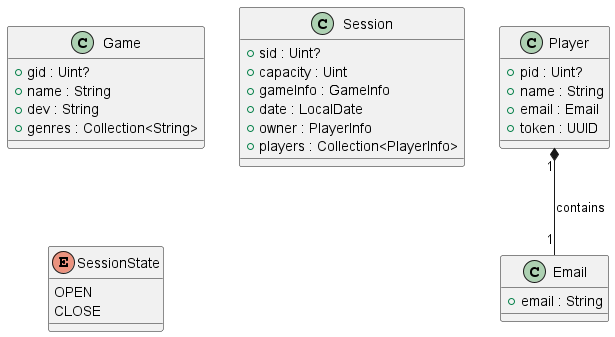
Earlier version of the PlantUML export resources/DomainDiagram.png (Thuzys/Session_Control).
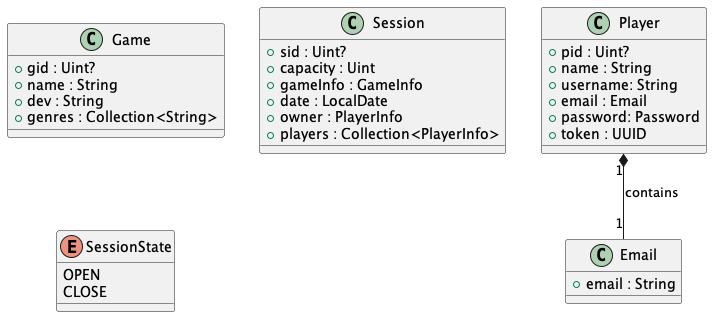
Above is the later version.

Diff of the diagram source:
```diff
@@ -2,7 +2,9 @@
 class Player {
     +pid : Uint?
     +name : String
+    +username: String
     +email : Email
+    +password: Password
     +token : UUID
 }
 class Game {
```
